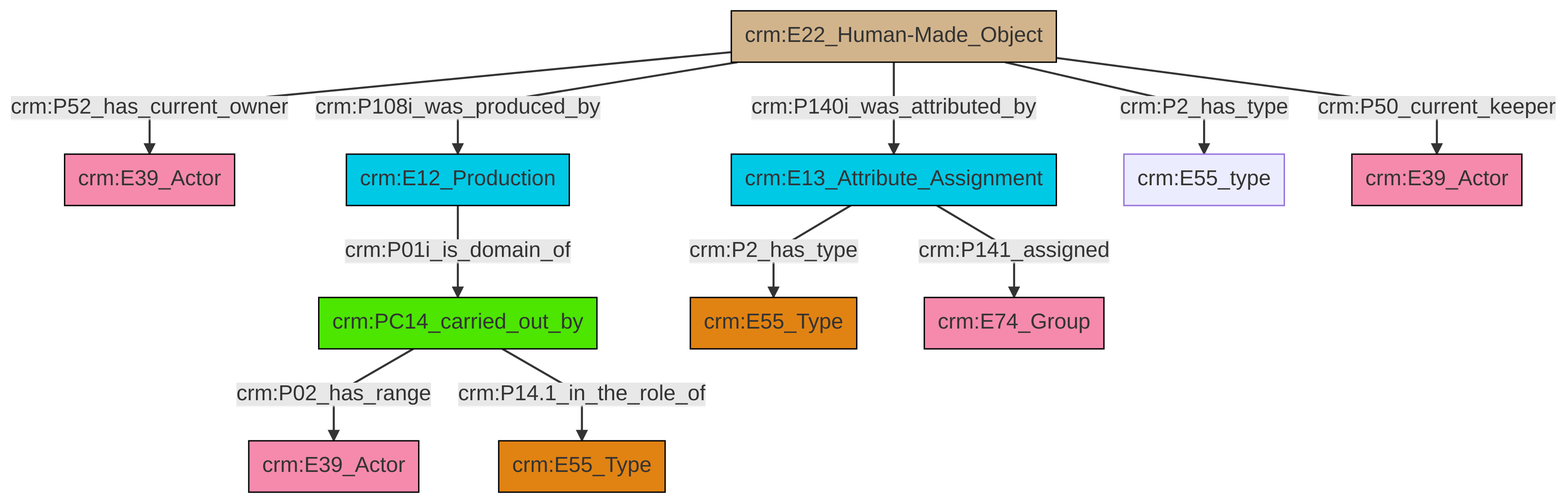
The Mermaid diagram et/artworkCSV/ttl/mmd/png/Artwork_Actor_Relations.png in swiss-art-research-net/docs.swissartresearch, before a commit. Its source is kept beside it as et/artworkCSV/ttl/mmd/Artwork_Actor_Relations.ttl.mmd.
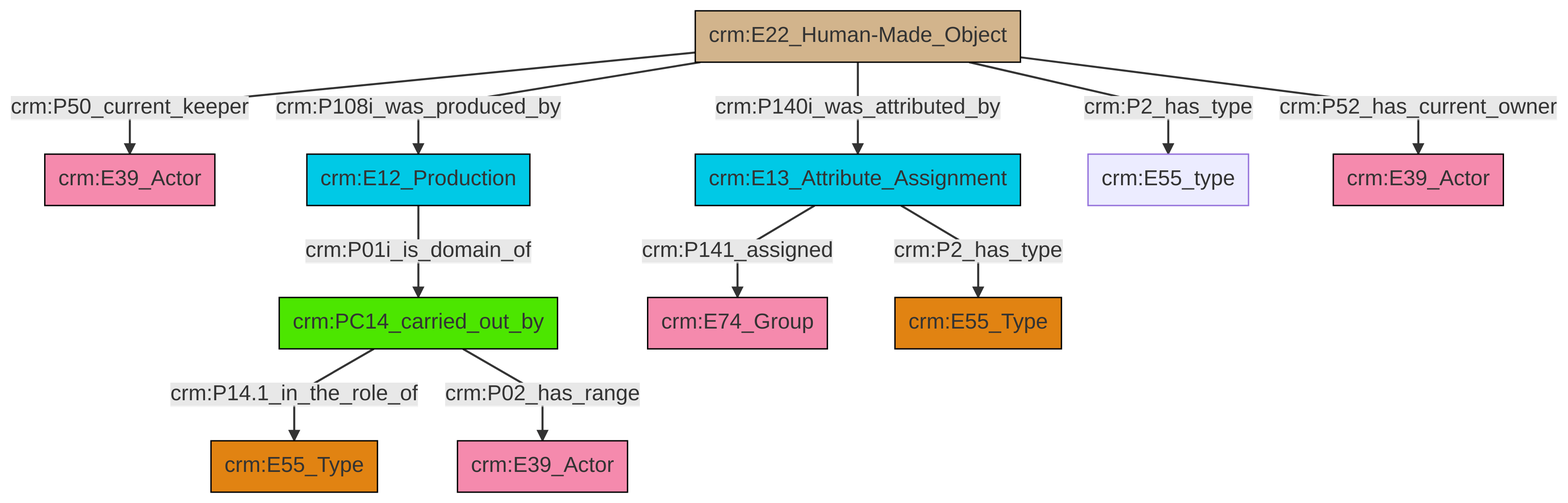
Above is the later version.

Change to the diagram source:
```diff
@@ -13,13 +13,13 @@
 classDef PC_Classes fill:#4ce600, stroke:#000000;
 classDef Multi fill:#cccccc,stroke:#000000;
 
-0["crm:E22_Human-Made_Object"]:::Physical_Thing -->|crm:P52_has_current_owner| 1["crm:E39_Actor"]:::Actor
-2["crm:PC14_carried_out_by"]:::PC_Classes -->|crm:P02_has_range| 3["crm:E39_Actor"]:::Actor
-0["crm:E22_Human-Made_Object"]:::Physical_Thing -->|crm:P140i_was_attributed_by| 6["crm:E13_Attribute_Assignment"]:::Temporal_Entity
-6["crm:E13_Attribute_Assignment"]:::Temporal_Entity -->|crm:P2_has_type| 7["crm:E55_Type"]:::Type
-8["crm:E12_Production"]:::Temporal_Entity -->|crm:P01i_is_domain_of| 2["crm:PC14_carried_out_by"]:::PC_Classes
-0["crm:E22_Human-Made_Object"]:::Physical_Thing -->|crm:P2_has_type| 9["crm:E55_type"]:::Default
-2["crm:PC14_carried_out_by"]:::PC_Classes -->|crm:P14.1_in_the_role_of| 10["crm:E55_Type"]:::Type
-6["crm:E13_Attribute_Assignment"]:::Temporal_Entity -->|crm:P141_assigned| 14["crm:E74_Group"]:::Actor
-0["crm:E22_Human-Made_Object"]:::Physical_Thing -->|crm:P108i_was_produced_by| 8["crm:E12_Production"]:::Temporal_Entity
-0["crm:E22_Human-Made_Object"]:::Physical_Thing -->|crm:P50_current_keeper| 20["crm:E39_Actor"]:::Actor
+4["crm:E12_Production"]:::Temporal_Entity -->|crm:P01i_is_domain_of| 5["crm:PC14_carried_out_by"]:::PC_Classes
+5["crm:PC14_carried_out_by"]:::PC_Classes -->|crm:P14.1_in_the_role_of| 8["crm:E55_Type"]:::Type
+9["crm:E13_Attribute_Assignment"]:::Temporal_Entity -->|crm:P141_assigned| 10["crm:E74_Group"]:::Actor
+5["crm:PC14_carried_out_by"]:::PC_Classes -->|crm:P02_has_range| 6["crm:E39_Actor"]:::Actor
+9["crm:E13_Attribute_Assignment"]:::Temporal_Entity -->|crm:P2_has_type| 12["crm:E55_Type"]:::Type
+0["crm:E22_Human-Made_Object"]:::Physical_Thing -->|crm:P2_has_type| 13["crm:E55_type"]:::Default
+0["crm:E22_Human-Made_Object"]:::Physical_Thing -->|crm:P52_has_current_owner| 15["crm:E39_Actor"]:::Actor
+0["crm:E22_Human-Made_Object"]:::Physical_Thing -->|crm:P108i_was_produced_by| 4["crm:E12_Production"]:::Temporal_Entity
+0["crm:E22_Human-Made_Object"]:::Physical_Thing -->|crm:P140i_was_attributed_by| 9["crm:E13_Attribute_Assignment"]:::Temporal_Entity
+0["crm:E22_Human-Made_Object"]:::Physical_Thing -->|crm:P50_current_keeper| 2["crm:E39_Actor"]:::Actor
```
